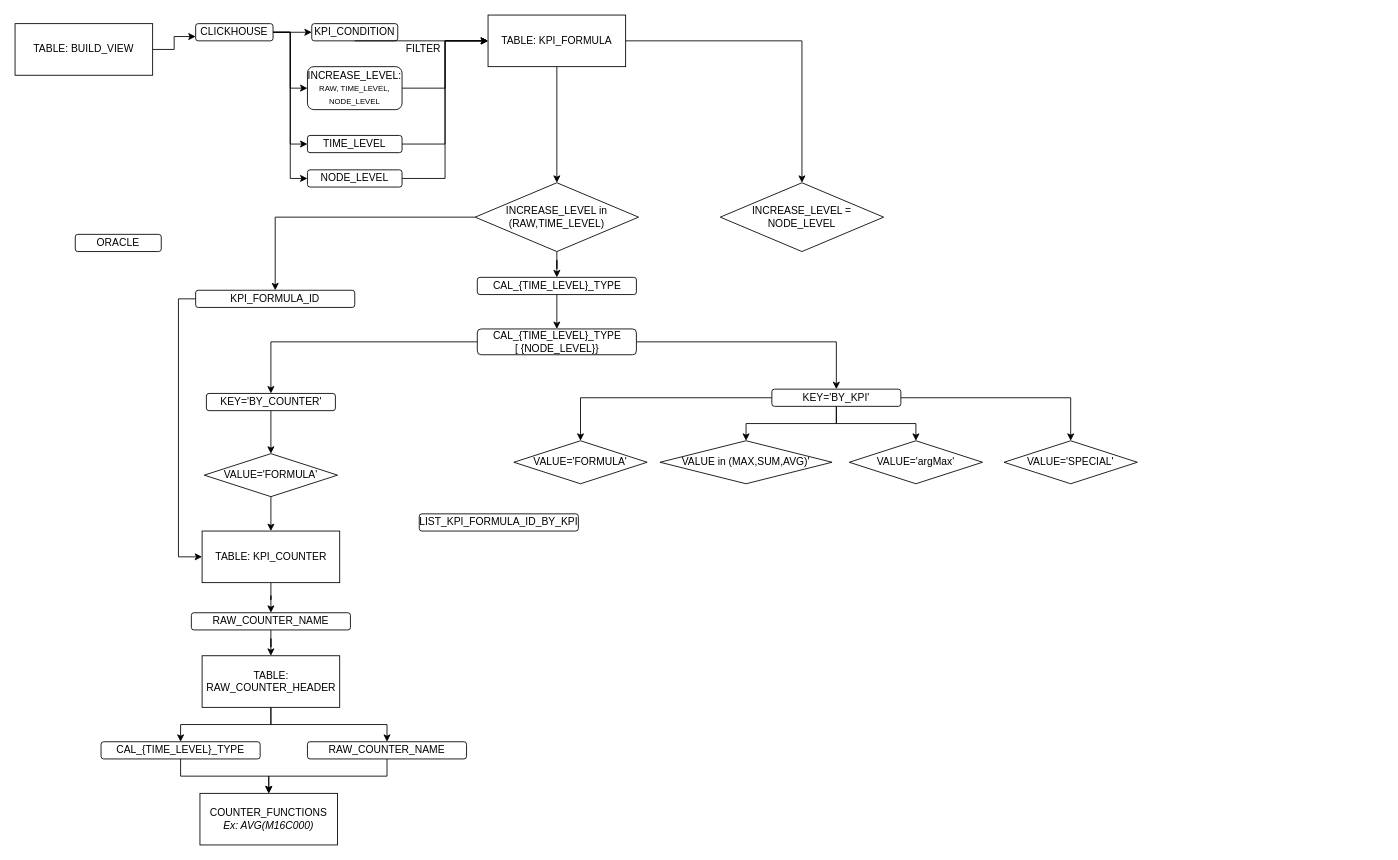
The draw.io diagram Untitled Diagram.drawio in dinhthengoc2021998/hello-world, before the edit. Source tidied: cells renumbered, new cells numbered last; positions are measured from the earlier drawing's top-left corner, leaving out a move shared by most shapes. Both pictures are drawn from the tidied source at 86%, with x=0, y=0 at pixel (15, 15).
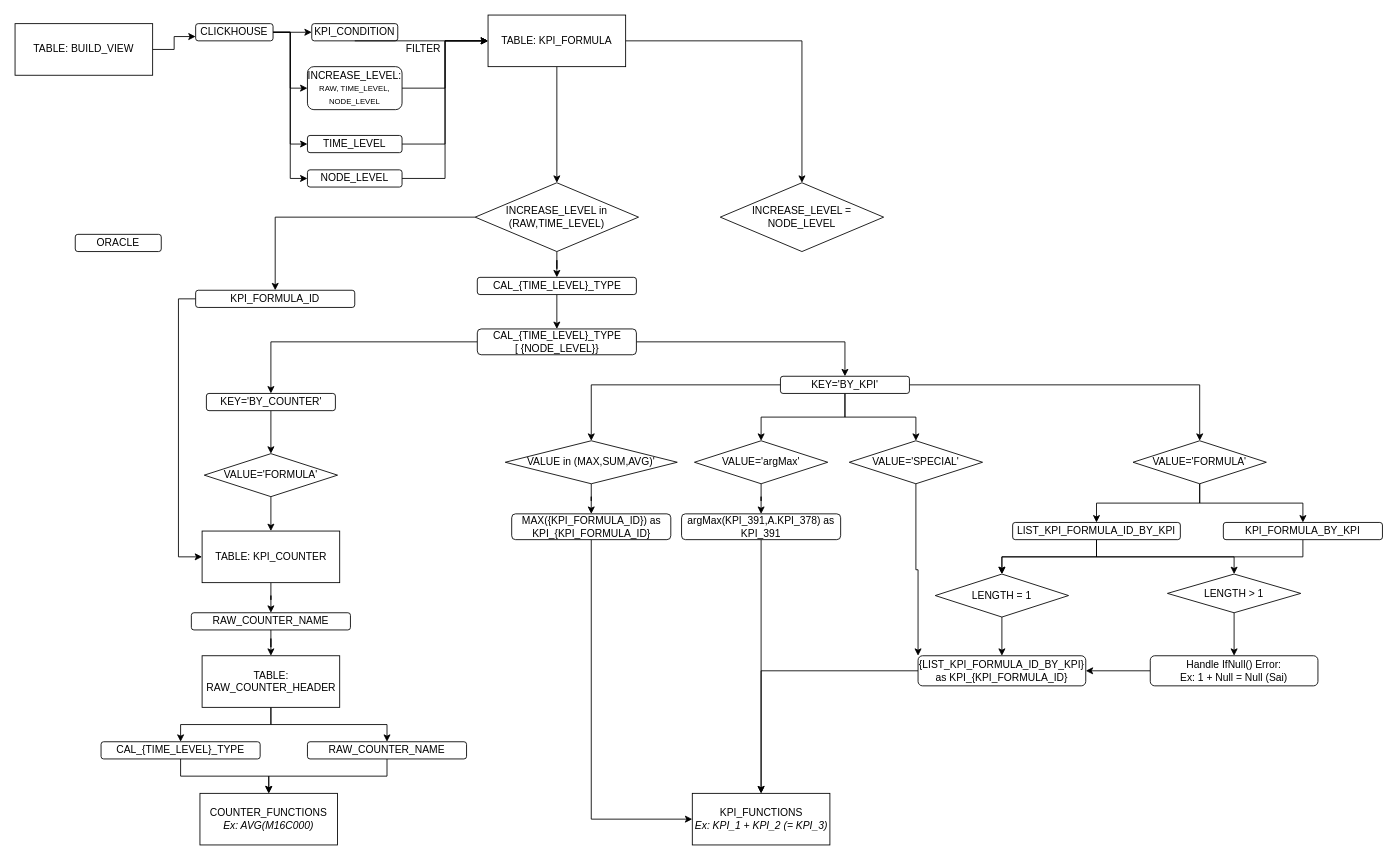
Above is the later version.

The edit, as a diff of the source:
```diff
@@
     <mxCell id="42" value="KEY='BY_KPI'" style="rounded=1;whiteSpace=wrap;html=1;" parent="1" vertex="1">
-      <mxGeometry x="880" y="435" width="150" height="20" as="geometry" />
+      <mxGeometry x="890" y="420" width="150" height="20" as="geometry" />
     </mxCell>
@@
+    <mxCell id="59" style="edgeStyle=orthogonalEdgeStyle;rounded=0;jettySize=auto;html=1;entryX=0.5;entryY=0;entryDx=0;entryDy=0;" parent="1" edge="1" source="45" target="58">
+      <mxGeometry relative="1" as="geometry" />
+    </mxCell>
+    <mxCell id="60" style="edgeStyle=orthogonalEdgeStyle;rounded=0;jettySize=auto;html=1;entryX=0.5;entryY=0;entryDx=0;entryDy=0;" parent="1" edge="1" source="45" target="71">
+      <mxGeometry relative="1" as="geometry" />
+    </mxCell>
     <mxCell id="45" value="VALUE='FORMULA'" style="rhombus;whiteSpace=wrap;html=1;" parent="1" vertex="1">
-      <mxGeometry x="580" y="495" width="155" height="50" as="geometry" />
+      <mxGeometry x="1300" y="495" width="155" height="50" as="geometry" />
     </mxCell>
+    <mxCell id="61" style="edgeStyle=orthogonalEdgeStyle;rounded=0;jettySize=auto;html=1;entryX=0.5;entryY=0;entryDx=0;entryDy=0;" parent="1" edge="1" source="46" target="67">
+      <mxGeometry relative="1" as="geometry" />
+    </mxCell>
     <mxCell id="46" value="VALUE in (MAX,SUM,AVG)'" style="rhombus;whiteSpace=wrap;html=1;" parent="1" vertex="1">
-      <mxGeometry x="750" y="495" width="200" height="50" as="geometry" />
+      <mxGeometry x="570" y="495" width="200" height="50" as="geometry" />
     </mxCell>
+    <mxCell id="62" style="edgeStyle=orthogonalEdgeStyle;rounded=0;jettySize=auto;html=1;entryX=0.5;entryY=0;entryDx=0;entryDy=0;" parent="1" edge="1" source="47" target="69">
+      <mxGeometry relative="1" as="geometry" />
+    </mxCell>
     <mxCell id="47" value="VALUE='argMax'" style="rhombus;whiteSpace=wrap;html=1;" parent="1" vertex="1">
-      <mxGeometry x="970" y="495" width="155" height="50" as="geometry" />
+      <mxGeometry x="790" y="495" width="155" height="50" as="geometry" />
     </mxCell>
+    <mxCell id="63" style="edgeStyle=orthogonalEdgeStyle;rounded=0;jettySize=auto;html=1;entryX=0;entryY=0;entryDx=0;entryDy=0;" parent="1" edge="1" source="48" target="77">
+      <mxGeometry relative="1" as="geometry" />
+    </mxCell>
     <mxCell id="48" value="VALUE='SPECIAL'" style="rhombus;whiteSpace=wrap;html=1;" parent="1" vertex="1">
-      <mxGeometry x="1150" y="495" width="155" height="50" as="geometry" />
+      <mxGeometry x="970" y="495" width="155" height="50" as="geometry" />
     </mxCell>
@@
+    <mxCell id="64" style="edgeStyle=orthogonalEdgeStyle;rounded=0;jettySize=auto;html=1;" parent="1" edge="1" source="58" target="73">
+      <mxGeometry relative="1" as="geometry" />
+    </mxCell>
+    <mxCell id="65" style="edgeStyle=orthogonalEdgeStyle;rounded=0;jettySize=auto;html=1;" parent="1" edge="1" source="58" target="75">
+      <mxGeometry relative="1" as="geometry" />
+    </mxCell>
     <mxCell id="58" value="LIST_KPI_FORMULA_ID_BY_KPI" style="rounded=1;whiteSpace=wrap;html=1;" parent="1" vertex="1">
-      <mxGeometry x="470" y="580" width="185" height="20" as="geometry" />
+      <mxGeometry x="1160" y="590" width="195" height="20" as="geometry" />
     </mxCell>
+    <mxCell id="66" style="edgeStyle=orthogonalEdgeStyle;rounded=0;jettySize=auto;html=1;entryX=0;entryY=0.5;entryDx=0;entryDy=0;" parent="1" edge="1" source="67" target="80">
+      <mxGeometry relative="1" as="geometry">
+        <Array as="points">
+          <mxPoint x="670" y="935" />
+        </Array>
+      </mxGeometry>
+    </mxCell>
+    <mxCell id="67" value="MAX({KPI_FORMULA_ID}) as KPI_{KPI_FORMULA_ID}" style="rounded=1;whiteSpace=wrap;html=1;" parent="1" vertex="1">
+      <mxGeometry x="577.5" y="580" width="185" height="30" as="geometry" />
+    </mxCell>
+    <mxCell id="68" style="edgeStyle=orthogonalEdgeStyle;rounded=0;jettySize=auto;html=1;" parent="1" edge="1" source="69" target="80">
+      <mxGeometry relative="1" as="geometry" />
+    </mxCell>
+    <mxCell id="69" value="argMax(KPI_391,A.KPI_378) as KPI_391" style="rounded=1;whiteSpace=wrap;html=1;" parent="1" vertex="1">
+      <mxGeometry x="775" y="580" width="185" height="30" as="geometry" />
+    </mxCell>
+    <mxCell id="70" style="edgeStyle=orthogonalEdgeStyle;rounded=0;jettySize=auto;html=1;entryX=0.5;entryY=0;entryDx=0;entryDy=0;" parent="1" edge="1" source="71" target="73">
+      <mxGeometry relative="1" as="geometry">
+        <Array as="points">
+          <mxPoint x="1497" y="630" />
+          <mxPoint x="1147" y="630" />
+        </Array>
+      </mxGeometry>
+    </mxCell>
+    <mxCell id="71" value="KPI_FORMULA_BY_KPI" style="rounded=1;whiteSpace=wrap;html=1;" parent="1" vertex="1">
+      <mxGeometry x="1405" y="590" width="185" height="20" as="geometry" />
+    </mxCell>
+    <mxCell id="72" style="edgeStyle=orthogonalEdgeStyle;rounded=0;jettySize=auto;html=1;entryX=0.5;entryY=0;entryDx=0;entryDy=0;" parent="1" edge="1" source="73" target="77">
+      <mxGeometry relative="1" as="geometry" />
+    </mxCell>
+    <mxCell id="73" value="LENGTH = 1" style="rhombus;whiteSpace=wrap;html=1;" parent="1" vertex="1">
+      <mxGeometry x="1070" y="650" width="155" height="50" as="geometry" />
+    </mxCell>
+    <mxCell id="74" style="edgeStyle=orthogonalEdgeStyle;rounded=0;jettySize=auto;html=1;" parent="1" edge="1" source="75" target="79">
+      <mxGeometry relative="1" as="geometry" />
+    </mxCell>
+    <mxCell id="75" value="LENGTH &amp;gt; 1" style="rhombus;whiteSpace=wrap;html=1;" parent="1" vertex="1">
+      <mxGeometry x="1340" y="650" width="155" height="45" as="geometry" />
+    </mxCell>
+    <mxCell id="76" style="edgeStyle=orthogonalEdgeStyle;rounded=0;jettySize=auto;html=1;" parent="1" edge="1" source="77" target="80">
+      <mxGeometry relative="1" as="geometry" />
+    </mxCell>
+    <mxCell id="77" value="{LIST_KPI_FORMULA_ID_BY_KPI} as KPI_{KPI_FORMULA_ID}" style="rounded=1;whiteSpace=wrap;html=1;" parent="1" vertex="1">
+      <mxGeometry x="1050" y="745" width="195" height="35" as="geometry" />
+    </mxCell>
+    <mxCell id="78" style="edgeStyle=orthogonalEdgeStyle;rounded=0;jettySize=auto;html=1;entryX=1;entryY=0.5;entryDx=0;entryDy=0;" parent="1" edge="1" source="79" target="77">
+      <mxGeometry relative="1" as="geometry" />
+    </mxCell>
+    <mxCell id="79" value="Handle IfNull() Error:&lt;br&gt;Ex: 1 + Null = Null (Sai)" style="rounded=1;whiteSpace=wrap;html=1;" parent="1" vertex="1">
+      <mxGeometry x="1320" y="745" width="195" height="35" as="geometry" />
+    </mxCell>
+    <mxCell id="80" value="KPI_FUNCTIONS&lt;br&gt;&lt;i&gt;Ex: KPI_1 + KPI_2 (= KPI_3)&lt;/i&gt;" style="rounded=0;whiteSpace=wrap;html=1;" parent="1" vertex="1">
+      <mxGeometry x="787.5" y="905" width="160" height="60" as="geometry" />
+    </mxCell>
```
